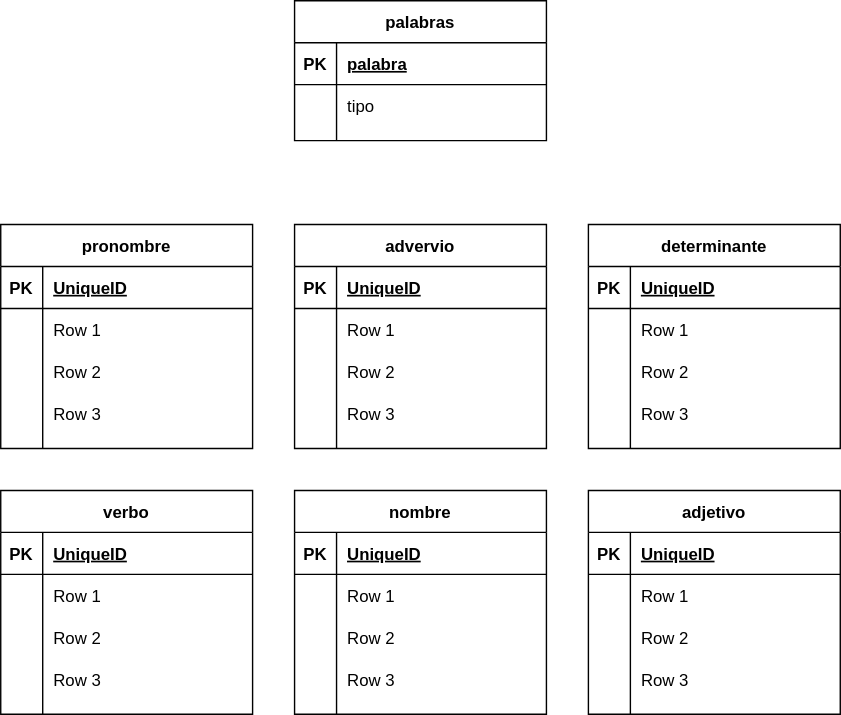
This is sql/estructura.drawio.svg from SrGnis/LibreDic, a draw.io export, as it was before one commit. Source tidied: cells renumbered, new cells last; positions are measured from the earlier drawing's top-left corner, leaving out a move shared by most shapes.
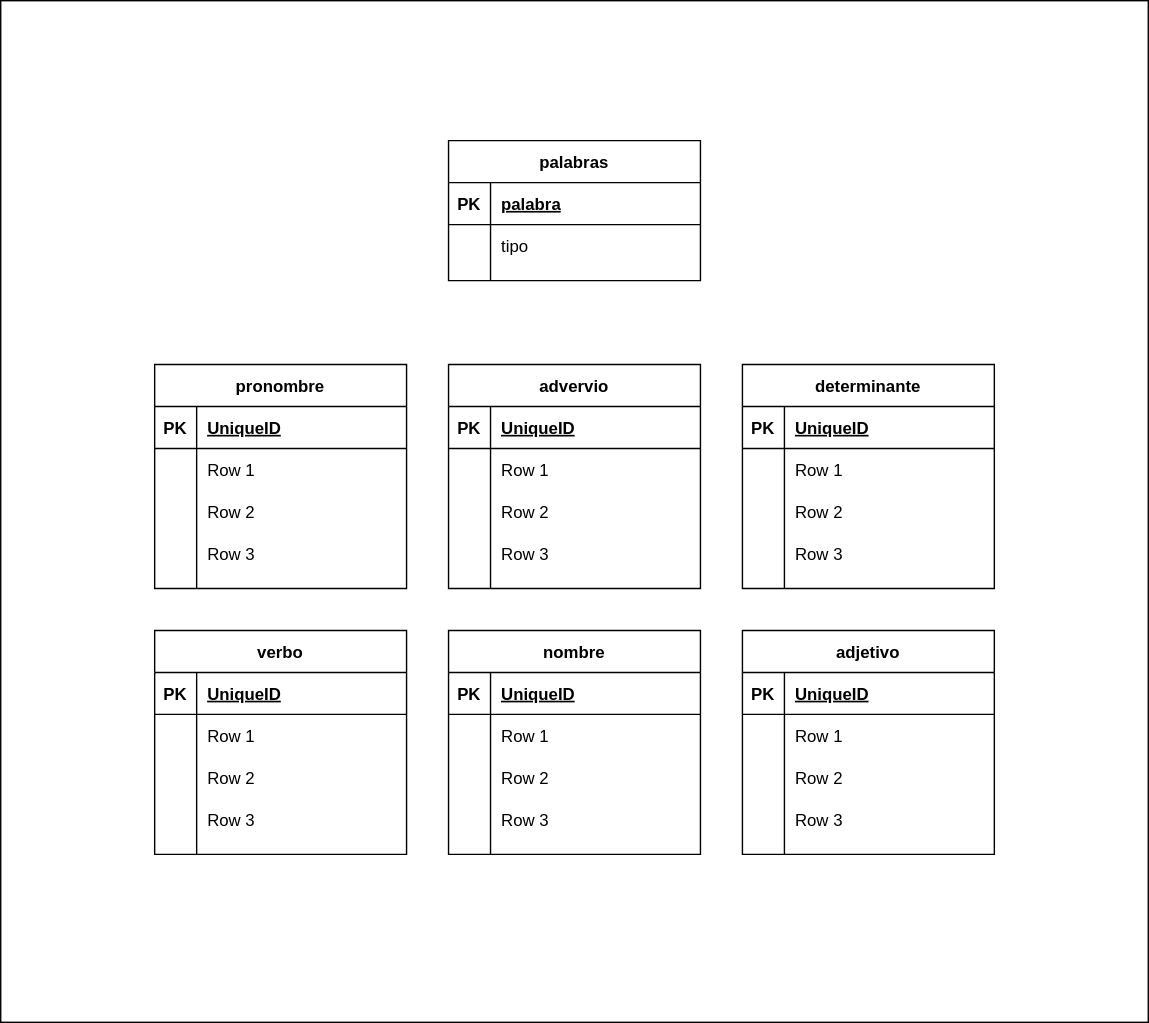
The same diagram one commit later.

Diff of the diagram source:
```diff
@@ -2,6 +2,9 @@
   <root>
     <mxCell id="0" />
     <mxCell id="1" parent="0" />
+    <mxCell id="87" style="rounded=0;whiteSpace=wrap;html=1;" parent="1" vertex="1">
+      <mxGeometry x="-110" y="-100" width="820" height="730" as="geometry" />
+    </mxCell>
     <mxCell id="2" value="palabras" style="shape=table;startSize=30;rowLines=0;fontStyle=1;align=center;" parent="1" vertex="1">
       <mxGeometry x="210" width="180" height="100" as="geometry" />
     </mxCell>
```
